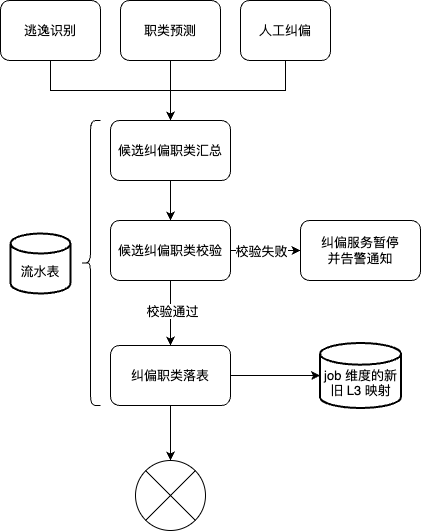
Earlier version of the draw.io export work-draw-file/职类纠偏.png (liujunao/draw-data). Source tidied: cells renumbered, new cells last; positions are measured from the earlier drawing's top-left corner, leaving out a move shared by most shapes.
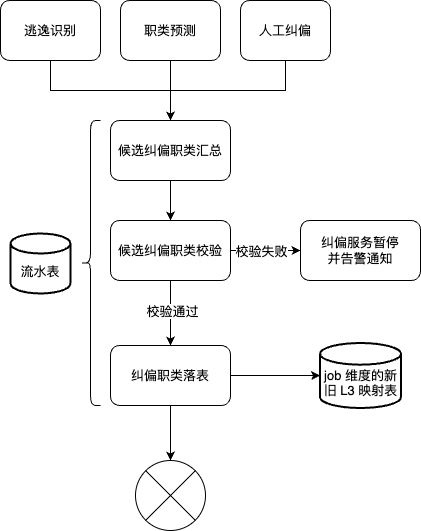
Later version of the same file.

Commit message:
更新职类纠偏.png

Diff of the diagram source:
```diff
@@ -64,7 +64,7 @@
     <mxCell id="21" style="verticalLabelPosition=bottom;verticalAlign=top;html=1;shape=mxgraph.flowchart.or;" parent="1" vertex="1">
       <mxGeometry x="135" y="460" width="70" height="70" as="geometry" />
     </mxCell>
-    <mxCell id="22" value="&lt;br&gt;job 维度的新旧 L3 映射" style="strokeWidth=2;html=1;shape=mxgraph.flowchart.database;whiteSpace=wrap;" parent="1" vertex="1">
+    <mxCell id="22" value="&lt;br&gt;job 维度的新旧 L3 映射表" style="strokeWidth=2;html=1;shape=mxgraph.flowchart.database;whiteSpace=wrap;" parent="1" vertex="1">
       <mxGeometry x="319.5" y="342.5" width="81" height="65" as="geometry" />
     </mxCell>
   </root>
```
